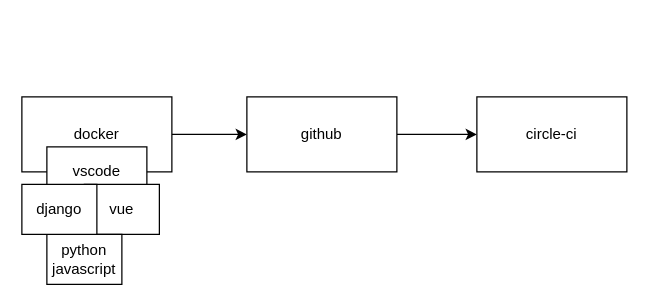
Above: Untitled Diagram.drawio in ny-8888/front-back (draw.io), before the change. Source tidied: cells renumbered, new cells numbered last; positions are measured from the earlier drawing's top-left corner, leaving out a move shared by most shapes. Both pictures are drawn from the tidied source at 125%, with x=0, y=0 at pixel (21, 96).
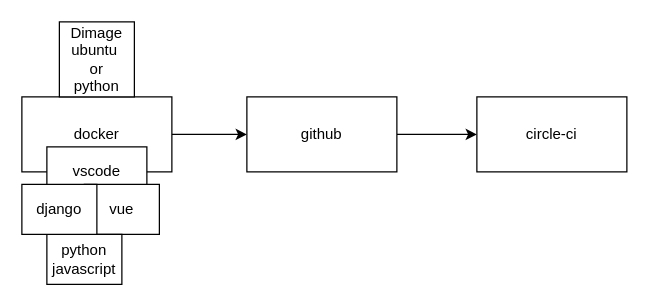
Above is the later version.

The edit, as a diff of the source:
```diff
@@
 <mxGraphModel>
   <root>
     <mxCell id="0" />
     <mxCell id="1" parent="0" />
     <mxCell id="2" style="edgeStyle=orthogonalEdgeStyle;rounded=0;jettySize=auto;html=1;entryX=0;entryY=0.5;entryDx=0;entryDy=0;" parent="1" edge="1" source="3" target="5">
       <mxGeometry relative="1" as="geometry" />
     </mxCell>
     <mxCell id="3" value="docker" style="rounded=0;whiteSpace=wrap;html=1;" parent="1" vertex="1">
       <mxGeometry width="120" height="60" as="geometry" />
     </mxCell>
     <mxCell id="4" style="edgeStyle=orthogonalEdgeStyle;rounded=0;jettySize=auto;html=1;entryX=0;entryY=0.5;entryDx=0;entryDy=0;" parent="1" edge="1" source="5" target="6">
       <mxGeometry relative="1" as="geometry" />
     </mxCell>
     <mxCell id="5" value="github" style="rounded=0;whiteSpace=wrap;html=1;" parent="1" vertex="1">
       <mxGeometry x="180" width="120" height="60" as="geometry" />
     </mxCell>
     <mxCell id="6" value="circle-ci" style="rounded=0;whiteSpace=wrap;html=1;" parent="1" vertex="1">
       <mxGeometry x="364" width="120" height="60" as="geometry" />
     </mxCell>
     <mxCell id="7" value="vscode" style="rounded=0;whiteSpace=wrap;html=1;" parent="1" vertex="1">
       <mxGeometry x="20" y="40" width="80" height="40" as="geometry" />
     </mxCell>
     <mxCell id="8" value="vue" style="rounded=0;whiteSpace=wrap;html=1;" parent="1" vertex="1">
       <mxGeometry x="50" y="70" width="60" height="40" as="geometry" />
     </mxCell>
     <mxCell id="9" value="python&lt;br&gt;javascript" style="rounded=0;whiteSpace=wrap;html=1;" parent="1" vertex="1">
       <mxGeometry x="20" y="110" width="60" height="40" as="geometry" />
     </mxCell>
     <mxCell id="10" value="django" style="rounded=0;whiteSpace=wrap;html=1;" parent="1" vertex="1">
       <mxGeometry y="70" width="60" height="40" as="geometry" />
     </mxCell>
+    <mxCell id="11" value="Dimage&lt;br&gt;ubuntu&amp;nbsp;&lt;br&gt;or&lt;br&gt;python" style="rounded=0;whiteSpace=wrap;html=1;" parent="1" vertex="1">
+      <mxGeometry x="30" y="-60" width="60" height="60" as="geometry" />
+    </mxCell>
   </root>
 </mxGraphModel>
```
